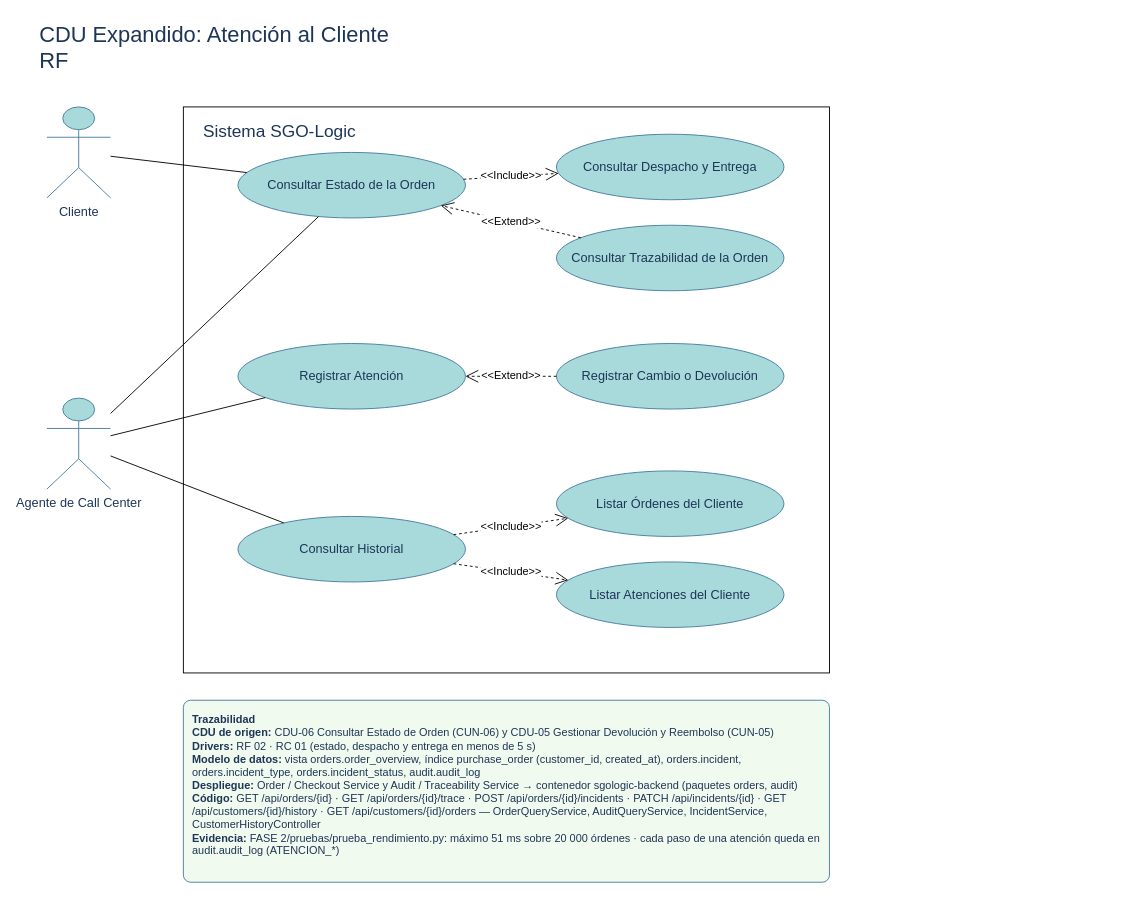
Above: FASE 2/DRAWIO/CDU-Expandido-Atencion-al-Cliente.drawio in jRodas497/AYD2_A_2S2025_PROYECTO_G3 (draw.io), before the change. Source tidied: cells renumbered, new cells numbered last; positions are measured from the earlier drawing's top-left corner, leaving out a move shared by most shapes. Both pictures are drawn from the tidied source at 91%, with x=0, y=0 at pixel (37, 15).
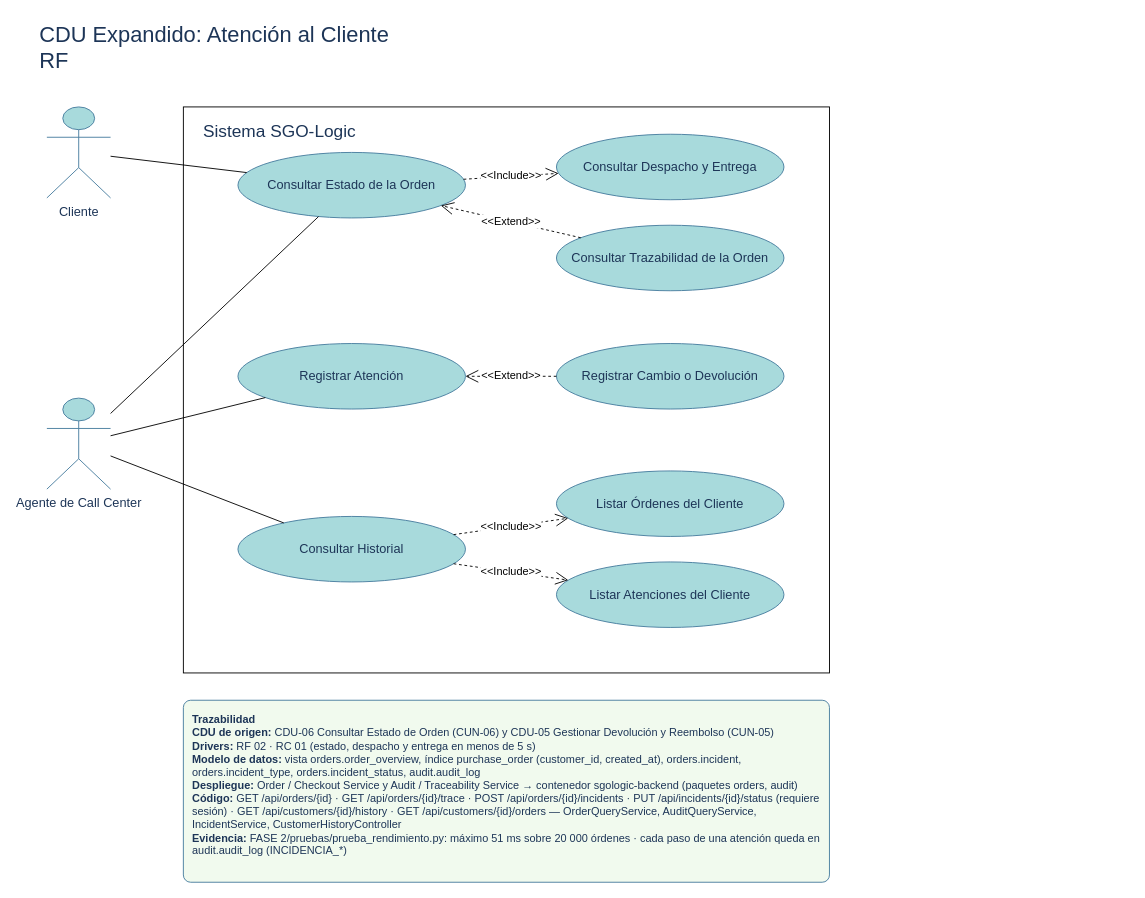
Above is the later version.

Diff of the diagram source:
```diff
@@
-    <mxCell id="24" value="&lt;b&gt;Trazabilidad&lt;/b&gt;&lt;br&gt;&lt;b&gt;CDU de origen:&lt;/b&gt; CDU-06 Consultar Estado de Orden (CUN-06) y CDU-05 Gestionar Devolución y Reembolso (CUN-05)&lt;br&gt;&lt;b&gt;Drivers:&lt;/b&gt; RF 02 · RC 01 (estado, despacho y entrega en menos de 5 s)&lt;br&gt;&lt;b&gt;Modelo de datos:&lt;/b&gt; vista orders.order_overview, índice purchase_order (customer_id, created_at), orders.incident, orders.incident_type, orders.incident_status, audit.audit_log&lt;br&gt;&lt;b&gt;Despliegue:&lt;/b&gt; Order / Checkout Service y Audit / Traceability Service → contenedor sgologic-backend (paquetes orders, audit)&lt;br&gt;&lt;b&gt;Código:&lt;/b&gt; GET /api/orders/{id} · GET /api/orders/{id}/trace · POST /api/orders/{id}/incidents · PATCH /api/incidents/{id} · GET /api/customers/{id}/history · GET /api/customers/{id}/orders — OrderQueryService, AuditQueryService, IncidentService, CustomerHistoryController&lt;br&gt;&lt;b&gt;Evidencia:&lt;/b&gt; FASE 2/pruebas/prueba_rendimiento.py: máximo 51 ms sobre 20 000 órdenes · cada paso de una atención queda en audit.audit_log (ATENCION_*)" style="rounded=1;whiteSpace=wrap;html=1;fillColor=#F1FAEE;strokeColor=#457B9D;fontColor=#1D3557;align=left;verticalAlign=top;spacing=10;fontSize=12;arcSize=4;" parent="1" vertex="1">
+    <mxCell id="24" value="&lt;b&gt;Trazabilidad&lt;/b&gt;&lt;br&gt;&lt;b&gt;CDU de origen:&lt;/b&gt; CDU-06 Consultar Estado de Orden (CUN-06) y CDU-05 Gestionar Devolución y Reembolso (CUN-05)&lt;br&gt;&lt;b&gt;Drivers:&lt;/b&gt; RF 02 · RC 01 (estado, despacho y entrega en menos de 5 s)&lt;br&gt;&lt;b&gt;Modelo de datos:&lt;/b&gt; vista orders.order_overview, índice purchase_order (customer_id, created_at), orders.incident, orders.incident_type, orders.incident_status, audit.audit_log&lt;br&gt;&lt;b&gt;Despliegue:&lt;/b&gt; Order / Checkout Service y Audit / Traceability Service → contenedor sgologic-backend (paquetes orders, audit)&lt;br&gt;&lt;b&gt;Código:&lt;/b&gt; GET /api/orders/{id} · GET /api/orders/{id}/trace · POST /api/orders/{id}/incidents · PUT /api/incidents/{id}/status (requiere sesión) · GET /api/customers/{id}/history · GET /api/customers/{id}/orders — OrderQueryService, AuditQueryService, IncidentService, CustomerHistoryController&lt;br&gt;&lt;b&gt;Evidencia:&lt;/b&gt; FASE 2/pruebas/prueba_rendimiento.py: máximo 51 ms sobre 20 000 órdenes · cada paso de una atención queda en audit.audit_log (INCIDENCIA_*)" style="rounded=1;whiteSpace=wrap;html=1;fillColor=#F1FAEE;strokeColor=#457B9D;fontColor=#1D3557;align=left;verticalAlign=top;spacing=10;fontSize=12;arcSize=4;" parent="1" vertex="1">
       <mxGeometry x="160" y="752" width="710" height="200" as="geometry" />
     </mxCell>
```
